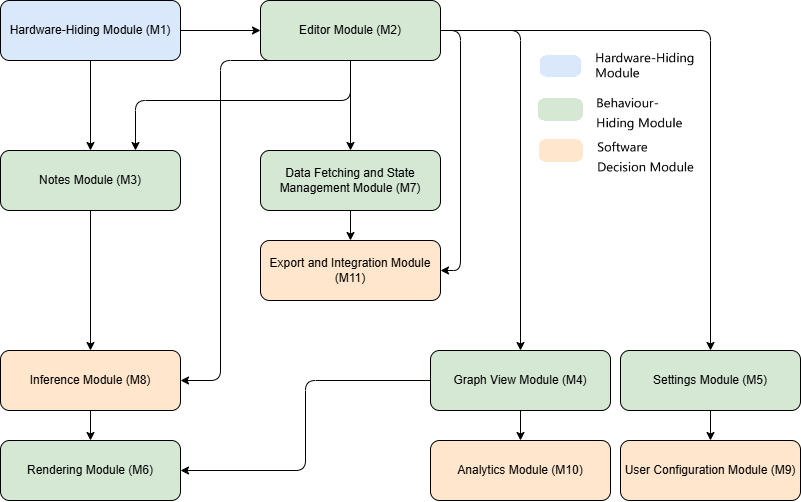
This is docs/content/images/modulediagram.png from aarnphm/morph, a draw.io export, as it was before one commit. Source tidied: cells renumbered, new cells last; positions are measured from the earlier drawing's top-left corner, leaving out a move shared by most shapes.
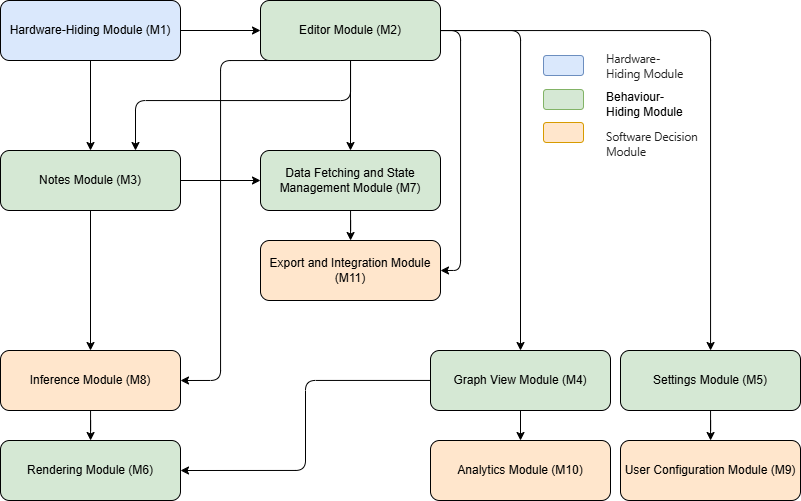
Above is the later version.

Change to the diagram source:
```diff
@@ -44,6 +44,9 @@
     <mxCell id="10" value="Editor Module (M2)" style="rounded=1;whiteSpace=wrap;html=1;fillColor=#d5e8d4;" parent="1" vertex="1">
       <mxGeometry x="260" width="180" height="60" as="geometry" />
     </mxCell>
+    <mxCell id="27" style="edgeStyle=orthogonalEdgeStyle;rounded=0;jettySize=auto;html=1;exitX=1;exitY=0.5;exitDx=0;exitDy=0;entryX=0;entryY=0.5;entryDx=0;entryDy=0;" parent="1" edge="1" source="11" target="25">
+      <mxGeometry relative="1" as="geometry" />
+    </mxCell>
     <mxCell id="11" value="Notes Module (M3)" style="rounded=1;whiteSpace=wrap;html=1;fillColor=#d5e8d4;" parent="1" vertex="1">
       <mxGeometry y="150" width="180" height="60" as="geometry" />
     </mxCell>
@@ -92,5 +95,23 @@
     <mxCell id="26" value="Export and Integration Module (M11)" style="rounded=1;whiteSpace=wrap;html=1;fillColor=#ffe6cc;" parent="1" vertex="1">
       <mxGeometry x="260" y="240" width="180" height="60" as="geometry" />
     </mxCell>
+    <mxCell id="28" style="rounded=1;whiteSpace=wrap;html=1;fillColor=#dae8fc;strokeColor=#6c8ebf;" parent="1" vertex="1">
+      <mxGeometry x="543" y="55" width="40" height="20" as="geometry" />
+    </mxCell>
+    <mxCell id="29" style="rounded=1;whiteSpace=wrap;html=1;fillColor=#d5e8d4;strokeColor=#82b366;" parent="1" vertex="1">
+      <mxGeometry x="543" y="89" width="40" height="20" as="geometry" />
+    </mxCell>
+    <mxCell id="30" style="rounded=1;whiteSpace=wrap;html=1;fillColor=#ffe6cc;strokeColor=#d79b00;" parent="1" vertex="1">
+      <mxGeometry x="543" y="122" width="40" height="20" as="geometry" />
+    </mxCell>
+    <mxCell id="31" value="&lt;h3 style=&quot;box-sizing: border-box; margin-block-start: var(--p-spacing); margin-block-end: var(--p-spacing); --font-weight: var(--h3-weight); letter-spacing: -0.015em; line-height: var(--h3-line-height); font-size: var(--h3-size); color: rgb(34, 34, 34); font-weight: var(--font-weight); font-family: &amp;quot;Apple Braille&amp;quot;, Charter, &amp;quot;EB Garamond&amp;quot;, &amp;quot;Bricolage Grotesque&amp;quot;, Cardo, &amp;quot;??&amp;quot;, ui-sans-serif, -apple-system, BlinkMacSystemFont, &amp;quot;Segoe UI&amp;quot;, Roboto, Inter, &amp;quot;Apple Color Emoji&amp;quot;, &amp;quot;Segoe UI Emoji&amp;quot;, &amp;quot;Segoe UI Symbol&amp;quot;, sans-serif; margin-top: var(--heading-spacing); text-align: start; caret-color: rgb(34, 34, 34); background-color: rgb(255, 255, 255);&quot; dir=&quot;auto&quot;&gt;Hardware-Hiding Module&lt;/h3&gt;" style="text;html=1;align=center;verticalAlign=middle;whiteSpace=wrap;rounded=0;" parent="1" vertex="1">
+      <mxGeometry x="605" y="50" width="86" height="30" as="geometry" />
+    </mxCell>
+    <mxCell id="32" value="&lt;div style=&quot;text-align: start;&quot;&gt;&lt;span style=&quot;color: light-dark(rgb(0, 0, 0), rgb(255, 255, 255)); caret-color: rgb(34, 34, 34); background-color: rgb(255, 255, 255);&quot;&gt;&lt;font face=&quot;Apple Braille, Charter, EB Garamond, Bricolage Grotesque, Cardo, ??, ui-sans-serif, -apple-system, BlinkMacSystemFont, Segoe UI, Roboto, Inter, Apple Color Emoji, Segoe UI Emoji, Segoe UI Symbol, sans-serif&quot;&gt;Behaviour-Hiding Module&lt;/font&gt;&lt;/span&gt;&lt;/div&gt;" style="text;html=1;align=center;verticalAlign=middle;whiteSpace=wrap;rounded=0;" parent="1" vertex="1">
+      <mxGeometry x="605" y="89" width="86" height="30" as="geometry" />
+    </mxCell>
+    <mxCell id="33" value="&lt;h3 style=&quot;box-sizing: border-box; margin-block-start: var(--p-spacing); margin-block-end: var(--p-spacing); --font-weight: var(--h3-weight); letter-spacing: -0.015em; line-height: var(--h3-line-height); font-size: var(--h3-size); color: rgb(34, 34, 34); font-weight: var(--font-weight); font-family: &amp;quot;Apple Braille&amp;quot;, Charter, &amp;quot;EB Garamond&amp;quot;, &amp;quot;Bricolage Grotesque&amp;quot;, Cardo, &amp;quot;??&amp;quot;, ui-sans-serif, -apple-system, BlinkMacSystemFont, &amp;quot;Segoe UI&amp;quot;, Roboto, Inter, &amp;quot;Apple Color Emoji&amp;quot;, &amp;quot;Segoe UI Emoji&amp;quot;, &amp;quot;Segoe UI Symbol&amp;quot;, sans-serif; margin-top: var(--heading-spacing); text-align: start; caret-color: rgb(34, 34, 34); background-color: rgb(255, 255, 255);&quot; dir=&quot;auto&quot;&gt;Software Decision Module&lt;/h3&gt;" style="text;html=1;align=center;verticalAlign=middle;whiteSpace=wrap;rounded=0;" parent="1" vertex="1">
+      <mxGeometry x="605" y="128" width="94" height="30" as="geometry" />
+    </mxCell>
   </root>
 </mxGraphModel>
```
